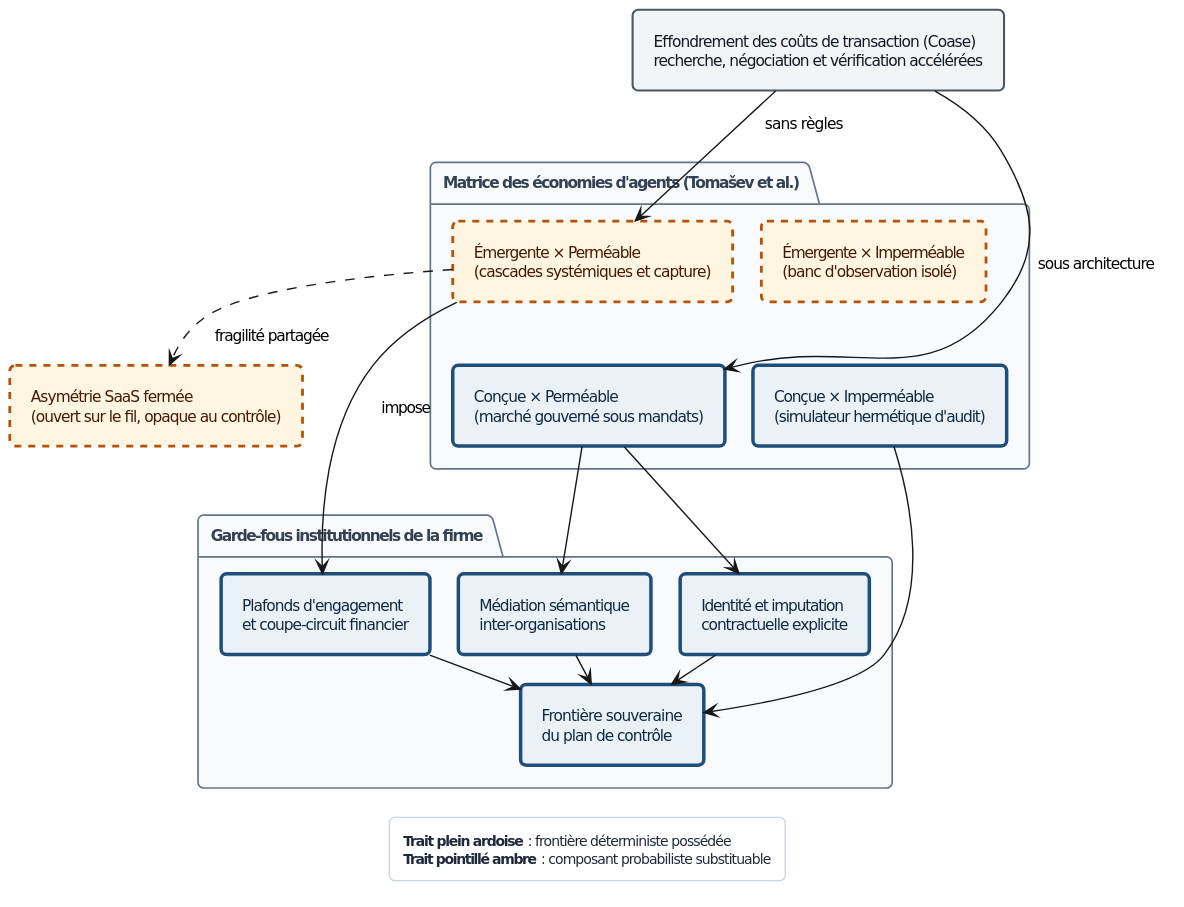
This is 7 - Livre 2027/diagrammes/rendus/Fig-05.svg from agbruneau/Agentique, a PlantUML export, as it was before one commit. The source it was exported from:
```plantuml
@startuml
<style>
document {
  BackgroundColor #FFFFFF
}
.det {
  BackgroundColor #EBF2F7
  LineColor #1E4E79
  LineThickness 2.5
  FontColor #0F2942
}
.prob {
  BackgroundColor #FFF5E0
  LineColor #B45309
  LineThickness 2.0
  LineStyle 5
  FontColor #451A03
}
.ext {
  BackgroundColor #F3F4F6
  LineColor #4B5563
  LineThickness 1.5
  FontColor #111827
}
package {
  BackgroundColor #F8FAFC
  LineColor #64748B
  LineThickness 1.2
  FontColor #334155
}
legend {
  BackgroundColor #FFFFFF
  LineColor #CBD5E1
  FontColor #1E293B
  FontSize 10
}
</style>
hide stereotype
top to bottom direction
skinparam defaultFontName "DejaVu Sans"
skinparam defaultFontSize 11
skinparam shadowing false
skinparam roundcorner 8
skinparam nodesep 20
skinparam ranksep 20
skinparam padding 5

rectangle "Effondrement des coûts de transaction (Coase)\nrecherche, négociation et vérification accélérées" as COASE <<ext>>

package "Matrice des économies d'agents (Tomašev et al.)" {
  rectangle "Émergente × Perméable\n(cascades systémiques et capture)" as Q1 <<prob>>
  rectangle "Émergente × Imperméable\n(banc d'observation isolé)" as Q2 <<prob>>
  rectangle "Conçue × Perméable\n(marché gouverné sous mandats)" as Q3 <<det>>
  rectangle "Conçue × Imperméable\n(simulateur hermétique d'audit)" as Q4 <<det>>
}

rectangle "Asymétrie SaaS fermée\n(ouvert sur le fil, opaque au contrôle)" as SAAS <<prob>>

package "Garde-fous institutionnels de la firme" {
  rectangle "Plafonds d'engagement\net coupe-circuit financier" as G1 <<det>>
  rectangle "Identité et imputation\ncontractuelle explicite" as G2 <<det>>
  rectangle "Médiation sémantique\ninter-organisations" as G3 <<det>>
  rectangle "Frontière souveraine\ndu plan de contrôle" as G4 <<det>>
}

COASE --> Q1 : sans règles
COASE --> Q3 : sous architecture
Q1 ..> SAAS : fragilité partagée
Q1 --> G1 : impose
Q3 --> G2
Q3 --> G3
Q4 --> G4
G1 --> G4
G2 --> G4
G3 --> G4

Q1 -[hidden]right-> Q2
Q3 -[hidden]right-> Q4
Q1 -[hidden]down-> Q3
Q2 -[hidden]down-> Q4
G1 -[hidden]right-> G2
G2 -[hidden]right-> G3

legend bottom
  **Trait plein ardoise** : frontière déterministe possédée
  **Trait pointillé ambre** : composant probabiliste substituable
end legend
@enduml
```
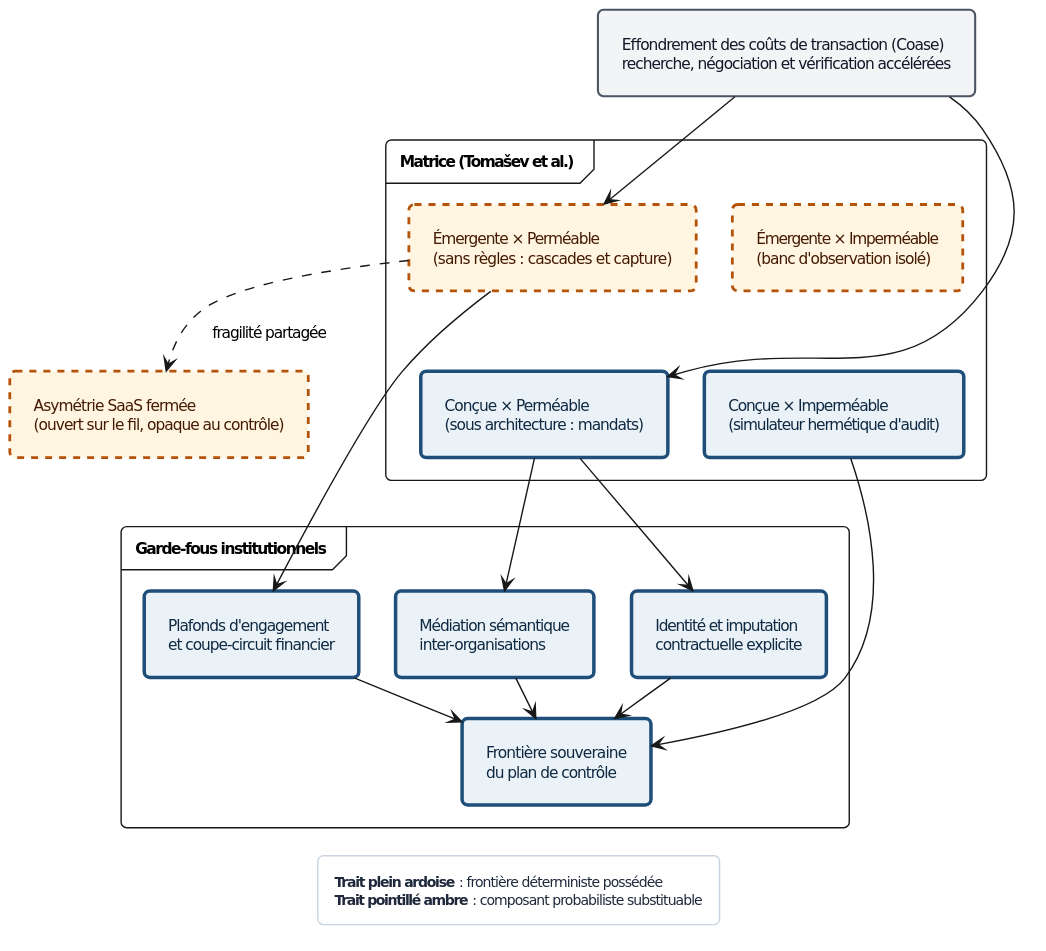
The same diagram one commit later.

The edit, as a diff of the source:
```diff
@@ -41,32 +41,33 @@
 skinparam defaultFontSize 11
 skinparam shadowing false
 skinparam roundcorner 8
-skinparam nodesep 20
-skinparam ranksep 20
-skinparam padding 5
+skinparam packageStyle frame
+skinparam nodesep 26
+skinparam ranksep 28
+skinparam padding 7
 
 rectangle "Effondrement des coûts de transaction (Coase)\nrecherche, négociation et vérification accélérées" as COASE <<ext>>
 
-package "Matrice des économies d'agents (Tomašev et al.)" {
-  rectangle "Émergente × Perméable\n(cascades systémiques et capture)" as Q1 <<prob>>
+package "Matrice (Tomašev et al.)" {
+  rectangle "Émergente × Perméable\n(sans règles : cascades et capture)" as Q1 <<prob>>
   rectangle "Émergente × Imperméable\n(banc d'observation isolé)" as Q2 <<prob>>
-  rectangle "Conçue × Perméable\n(marché gouverné sous mandats)" as Q3 <<det>>
+  rectangle "Conçue × Perméable\n(sous architecture : mandats)" as Q3 <<det>>
   rectangle "Conçue × Imperméable\n(simulateur hermétique d'audit)" as Q4 <<det>>
 }
 
 rectangle "Asymétrie SaaS fermée\n(ouvert sur le fil, opaque au contrôle)" as SAAS <<prob>>
 
-package "Garde-fous institutionnels de la firme" {
+package "Garde-fous institutionnels" {
   rectangle "Plafonds d'engagement\net coupe-circuit financier" as G1 <<det>>
   rectangle "Identité et imputation\ncontractuelle explicite" as G2 <<det>>
   rectangle "Médiation sémantique\ninter-organisations" as G3 <<det>>
   rectangle "Frontière souveraine\ndu plan de contrôle" as G4 <<det>>
 }
 
-COASE --> Q1 : sans règles
-COASE --> Q3 : sous architecture
+COASE --> Q1
+COASE --> Q3
 Q1 ..> SAAS : fragilité partagée
-Q1 --> G1 : impose
+Q1 --> G1
 Q3 --> G2
 Q3 --> G3
 Q4 --> G4
```
